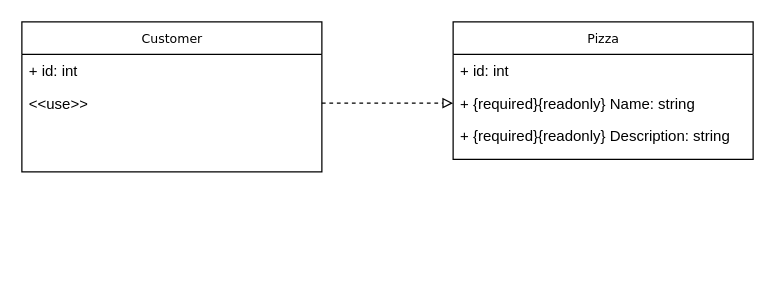
ekral/Utb.PizzaKiosk keeps this draw.io diagram as Diagrams/class_diagram_pizza_kiosk.drawio. Above is the earlier version. Source tidied: cells renumbered, new cells numbered last; positions are measured from the earlier drawing's top-left corner, leaving out a move shared by most shapes. Both pictures are drawn from the tidied source at 125%, with x=0, y=0 at pixel (21, 21).
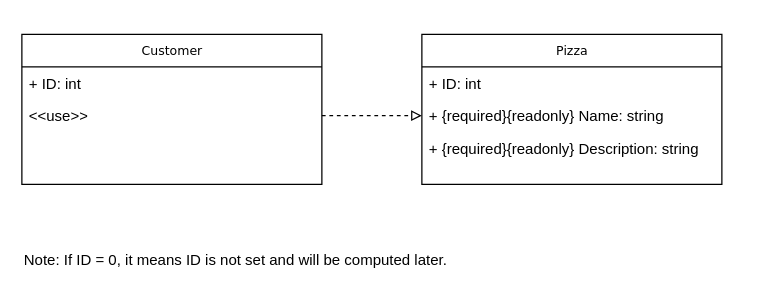
Above is the later version.

Commit message (it also covers changes not shown here):
Edit primary key

Diff of the diagram source:
```diff
@@
 <mxGraphModel>
   <root>
     <mxCell id="0" />
     <mxCell id="1" parent="0" />
     <mxCell id="2" value="Pizza" style="swimlane;html=1;fontStyle=0;horizontal=1;startSize=26;fillColor=none;swimlaneFillColor=#ffffff;rounded=0;shadow=0;comic=0;labelBackgroundColor=none;strokeWidth=1;fontFamily=Verdana;fontSize=10;align=center;" parent="1" vertex="1">
-      <mxGeometry x="345" width="240" height="110" as="geometry" />
+      <mxGeometry x="320" y="10" width="240" height="120" as="geometry" />
     </mxCell>
-    <mxCell id="3" value="+ id: int" style="text;html=1;strokeColor=none;fillColor=none;align=left;verticalAlign=top;spacingLeft=4;spacingRight=4;whiteSpace=wrap;overflow=hidden;" parent="2" vertex="1">
+    <mxCell id="3" value="+ ID: int" style="text;html=1;strokeColor=none;fillColor=none;align=left;verticalAlign=top;spacingLeft=4;spacingRight=4;whiteSpace=wrap;overflow=hidden;" parent="2" vertex="1">
       <mxGeometry y="26" width="240" height="26" as="geometry" />
     </mxCell>
     <mxCell id="4" value="+ {required}{readonly}&amp;nbsp;Name: string " style="text;html=1;strokeColor=none;fillColor=none;align=left;verticalAlign=top;spacingLeft=4;spacingRight=4;whiteSpace=wrap;overflow=hidden;points=[[0,0.5],[1,0.5]];portConstraint=eastwest;" parent="2" vertex="1">
       <mxGeometry y="52" width="240" height="26" as="geometry" />
     </mxCell>
     <mxCell id="5" value="+ {required}{readonly} Description: string " style="text;html=1;strokeColor=none;fillColor=none;align=left;verticalAlign=top;spacingLeft=4;spacingRight=4;whiteSpace=wrap;overflow=hidden;" parent="2" vertex="1">
       <mxGeometry y="78" width="240" height="26" as="geometry" />
     </mxCell>
     <mxCell id="6" value="Customer" style="swimlane;html=1;fontStyle=0;horizontal=1;startSize=26;fillColor=none;swimlaneFillColor=#ffffff;rounded=0;shadow=0;comic=0;labelBackgroundColor=none;strokeWidth=1;fontFamily=Verdana;fontSize=10;align=center;" parent="1" vertex="1">
-      <mxGeometry width="240" height="120" as="geometry" />
+      <mxGeometry y="10" width="240" height="120" as="geometry" />
     </mxCell>
-    <mxCell id="7" value="+ id: int" style="text;html=1;strokeColor=none;fillColor=none;align=left;verticalAlign=top;spacingLeft=4;spacingRight=4;whiteSpace=wrap;overflow=hidden;" parent="6" vertex="1">
+    <mxCell id="7" value="+ ID: int" style="text;html=1;strokeColor=none;fillColor=none;align=left;verticalAlign=top;spacingLeft=4;spacingRight=4;whiteSpace=wrap;overflow=hidden;" parent="6" vertex="1">
       <mxGeometry y="26" width="240" height="26" as="geometry" />
     </mxCell>
     <mxCell id="8" value="&amp;lt;&amp;lt;use&amp;gt;&amp;gt;" style="text;html=1;strokeColor=none;fillColor=none;align=left;verticalAlign=top;spacingLeft=4;spacingRight=4;whiteSpace=wrap;overflow=hidden;points=[[0,0.5],[1,0.5]];portConstraint=eastwest;" parent="6" vertex="1">
       <mxGeometry y="52" width="240" height="26" as="geometry" />
     </mxCell>
     <mxCell id="9" style="endArrow=block;dashed=1;html=1;rounded=0;entryX=0;entryY=0.5;entryDx=0;entryDy=0;endFill=0;exitX=1;exitY=0.5;exitDx=0;exitDy=0;" parent="1" edge="1" source="8" target="4">
       <mxGeometry relative="1" as="geometry" />
     </mxCell>
+    <mxCell id="10" value="Note: If ID = 0, it means ID is not set and will be computed later." style="text;strokeColor=none;fillColor=none;align=left;verticalAlign=middle;rounded=0;" parent="1" vertex="1">
+      <mxGeometry y="170" width="360" height="40" as="geometry" />
+    </mxCell>
   </root>
 </mxGraphModel>
```
